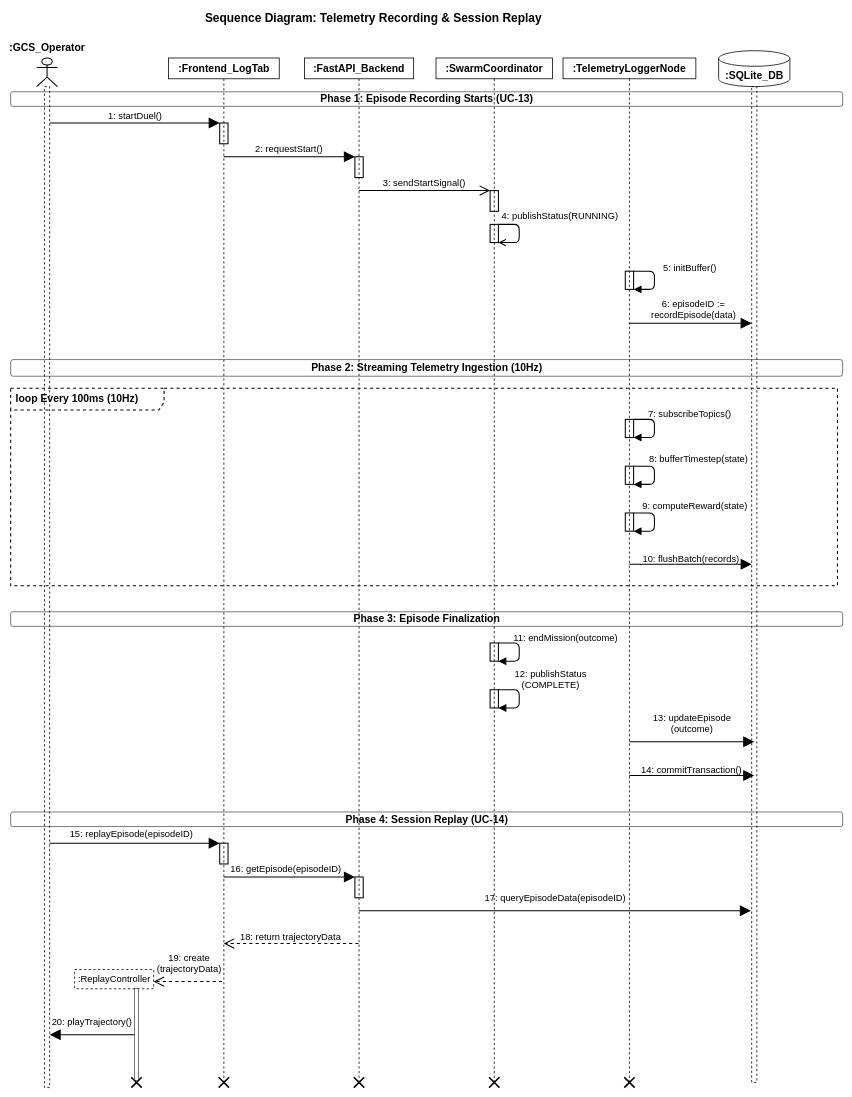
Above: 18_sequence_logging_replay.drawio in syedmohammad611/diagrams (draw.io), before the change. Source tidied: cells renumbered, new cells numbered last; positions are measured from the earlier drawing's top-left corner, leaving out a move shared by most shapes. Both pictures are drawn from the tidied source at 52%, with x=0, y=0 at pixel (10, 9).
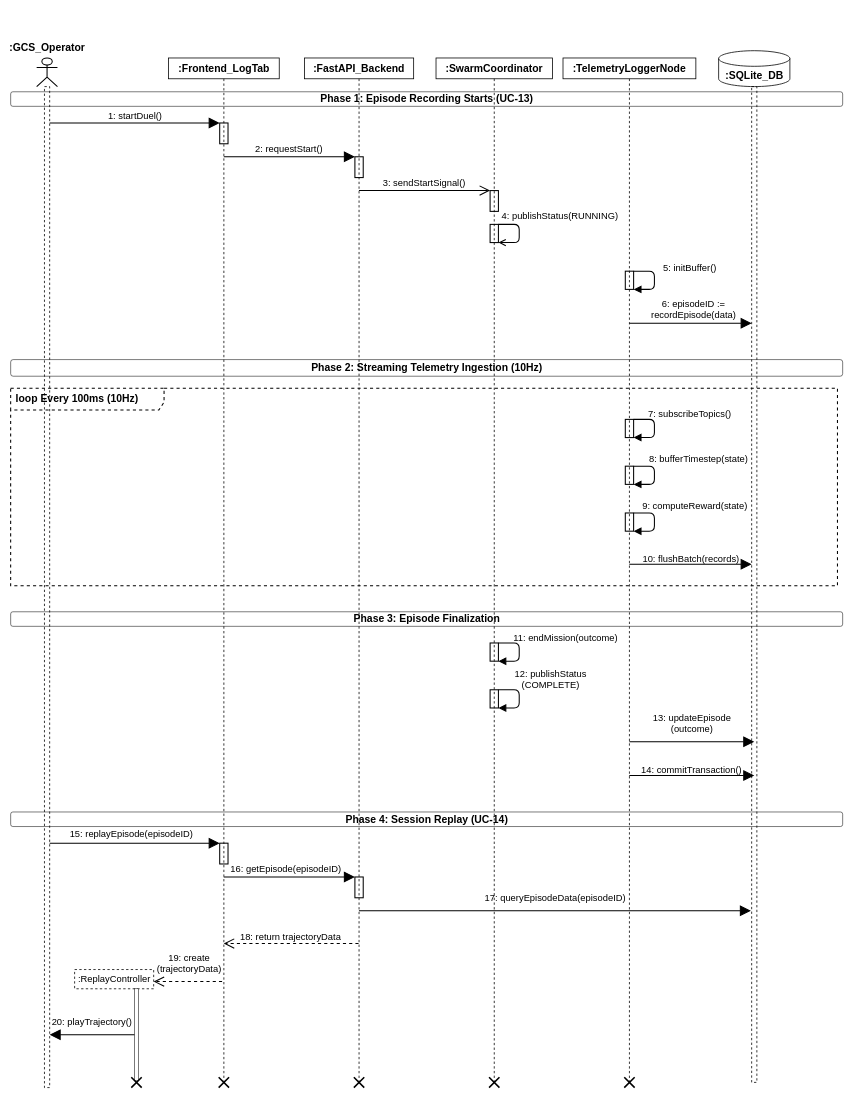
The same page after the edit.

Commit message (it also covers changes not shown here):
refactor: update sequence diagram layouts

What changed in the source:
```diff
@@
-    <mxCell id="2" value="&lt;b&gt;Sequence Diagram: Telemetry Recording &amp;amp; Session Replay&lt;/b&gt;" style="text;html=1;strokeColor=none;fillColor=none;align=left;verticalAlign=middle;fontFamily=Helvetica;fontColor=#000000;fontSize=23;fontStyle=1;" parent="1" vertex="1">
-      <mxGeometry x="372" width="785" height="35" as="geometry" />
-    </mxCell>
```
